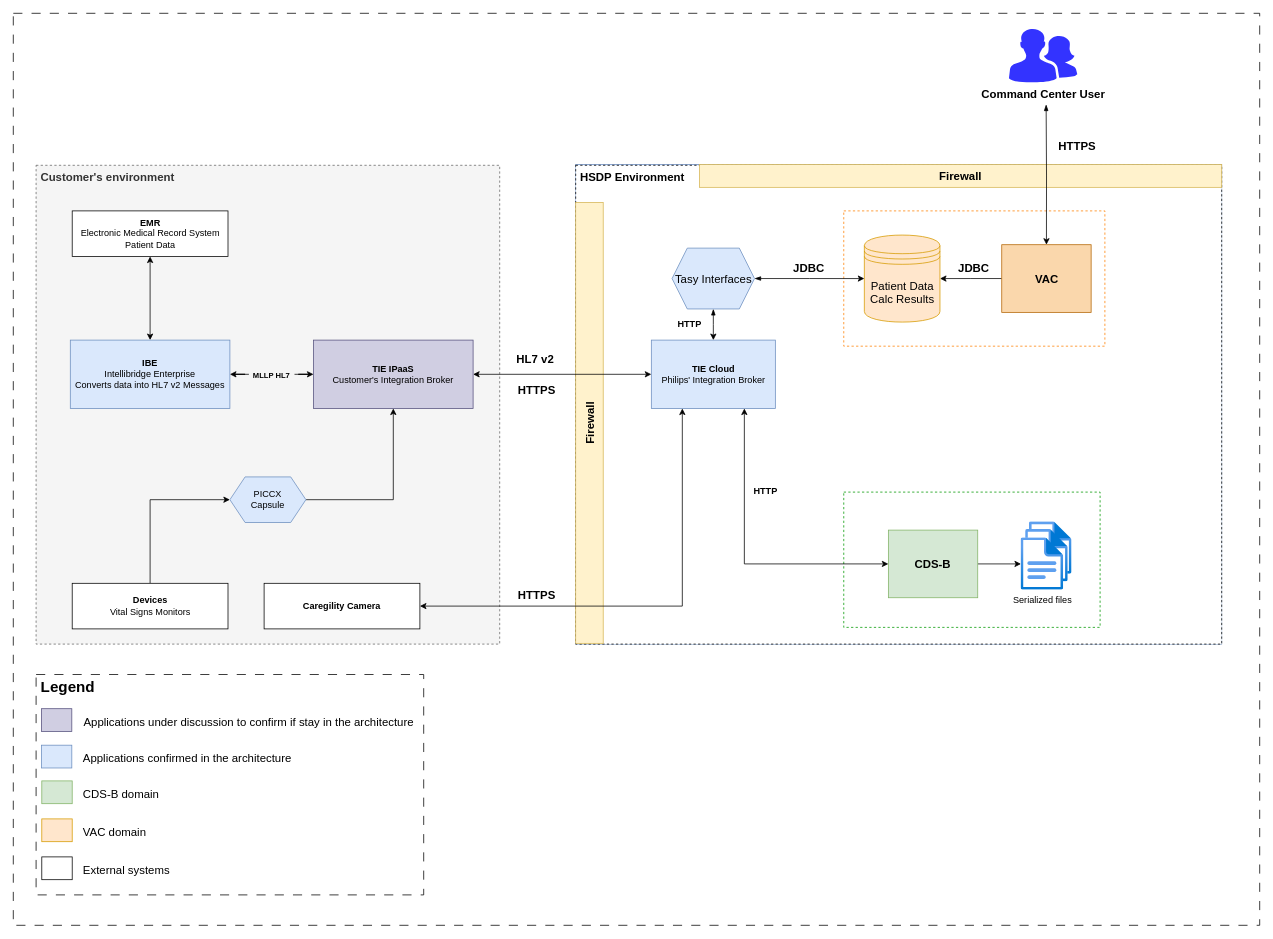
Earlier version of the draw.io diagram VAC_Data_Flow_5.00.drawio (ez-philips/draw_io_diagrams). Source tidied: cells renumbered, new cells numbered last; positions are measured from the earlier drawing's top-left corner, leaving out a move shared by most shapes. Both pictures are drawn from the tidied source at 76%, with x=0, y=0 at pixel (13, 13).
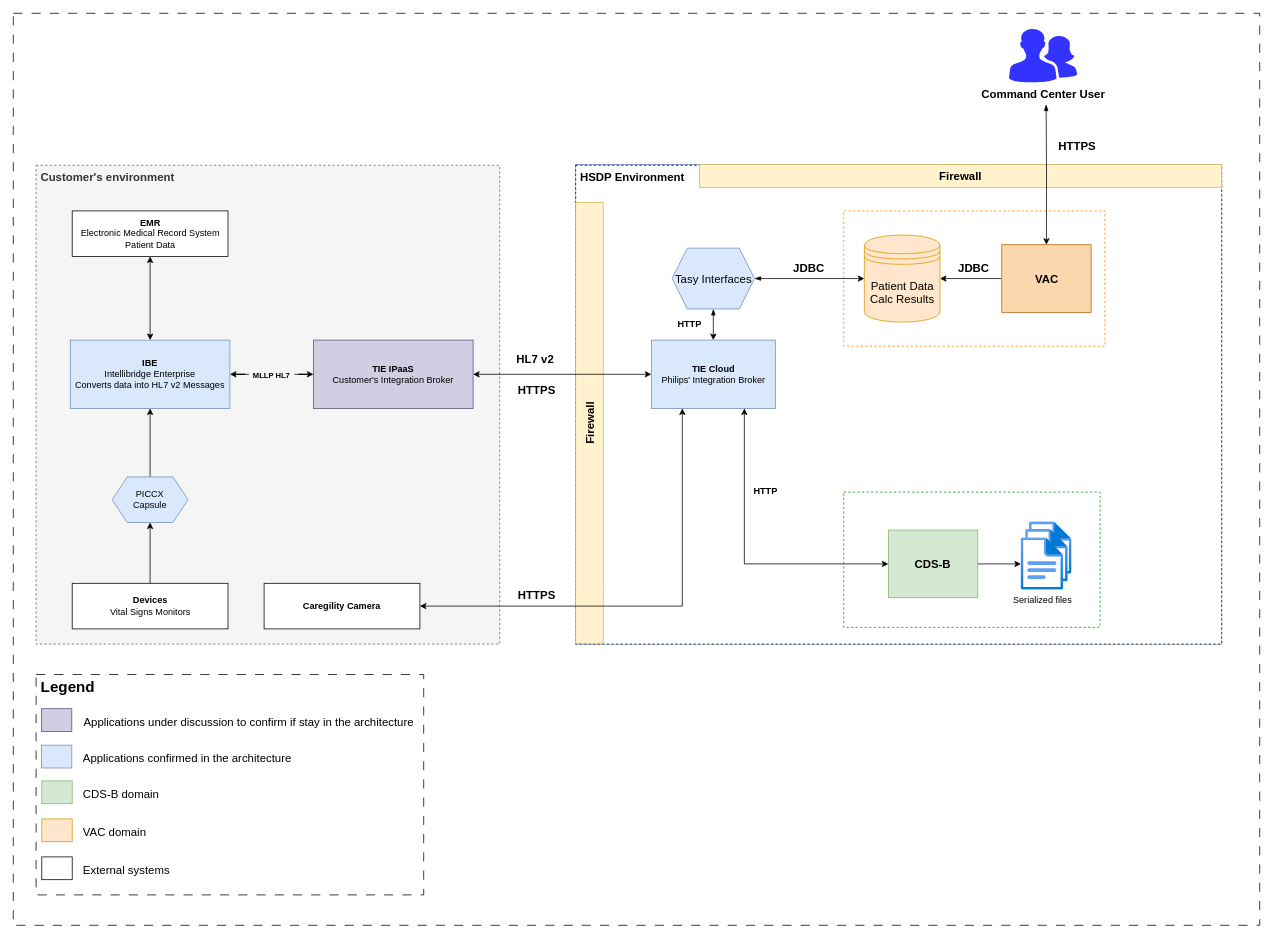
After the change.

Unchanged cells that the change refers to:
```xml
<mxCell id="8" value="&lt;b&gt;Devices&lt;br&gt;&lt;/b&gt;Vital Signs Monitors" style="rounded=0;whiteSpace=wrap;html=1;" parent="1" vertex="1">
  <mxGeometry x="77.5" y="750" width="205" height="60" as="geometry" />
</mxCell>
<mxCell id="12" value="&lt;b&gt;IBE&lt;/b&gt;&lt;br&gt;Intellibridge Enterprise&lt;br&gt;Converts data into HL7 v2 Messages" style="rounded=0;whiteSpace=wrap;html=1;fillColor=#dae8fc;strokeColor=#6c8ebf;" parent="1" vertex="1">
  <mxGeometry x="75" y="430" width="210" height="90" as="geometry" />
</mxCell>
<mxCell id="13" value="&lt;b&gt;TIE IPaaS&lt;/b&gt;&lt;br&gt;Customer's Integration Broker" style="rounded=0;whiteSpace=wrap;html=1;fillColor=#d0cee2;strokeColor=#56517e;" parent="1" vertex="1">
  <mxGeometry x="395" y="430" width="210" height="90" as="geometry" />
</mxCell>
```

What changed in the source:
```diff
@@
-    <mxCell id="7" style="edgeStyle=orthogonalEdgeStyle;rounded=0;jettySize=auto;html=1;entryX=0;entryY=0.5;entryDx=0;entryDy=0;fillColor=#f8cecc;strokeColor=#000000;" parent="1" edge="1" source="8" target="10">
-      <mxGeometry relative="1" as="geometry">
-        <Array as="points">
-          <mxPoint x="180" y="640" />
-        </Array>
-      </mxGeometry>
+    <mxCell id="7" style="edgeStyle=orthogonalEdgeStyle;rounded=0;jettySize=auto;html=1;fillColor=#f8cecc;strokeColor=#000000;entryX=0.5;entryY=1;entryDx=0;entryDy=0;" parent="1" edge="1" source="8" target="10">
+      <mxGeometry relative="1" as="geometry" />
     </mxCell>
@@
-    <mxCell id="9" style="edgeStyle=orthogonalEdgeStyle;rounded=0;jettySize=auto;html=1;entryX=0.5;entryY=1;entryDx=0;entryDy=0;strokeColor=#000000;startArrow=none;startFill=0;endArrow=classic;endFill=1;" parent="1" edge="1" source="10" target="13">
+    <mxCell id="9" style="edgeStyle=orthogonalEdgeStyle;rounded=0;jettySize=auto;html=1;entryX=0.5;entryY=1;entryDx=0;entryDy=0;strokeColor=#000000;startArrow=none;startFill=0;endArrow=classic;endFill=1;" parent="1" edge="1" source="10" target="12">
       <mxGeometry relative="1" as="geometry" />
     </mxCell>
     <mxCell id="10" value="PICCX&lt;br&gt;Capsule" style="shape=hexagon;perimeter=hexagonPerimeter2;whiteSpace=wrap;html=1;fixedSize=1;fillColor=#dae8fc;strokeColor=#6c8ebf;" parent="1" vertex="1">
-      <mxGeometry x="285" y="610" width="100" height="60" as="geometry" />
+      <mxGeometry x="130" y="610" width="100" height="60" as="geometry" />
     </mxCell>
```
